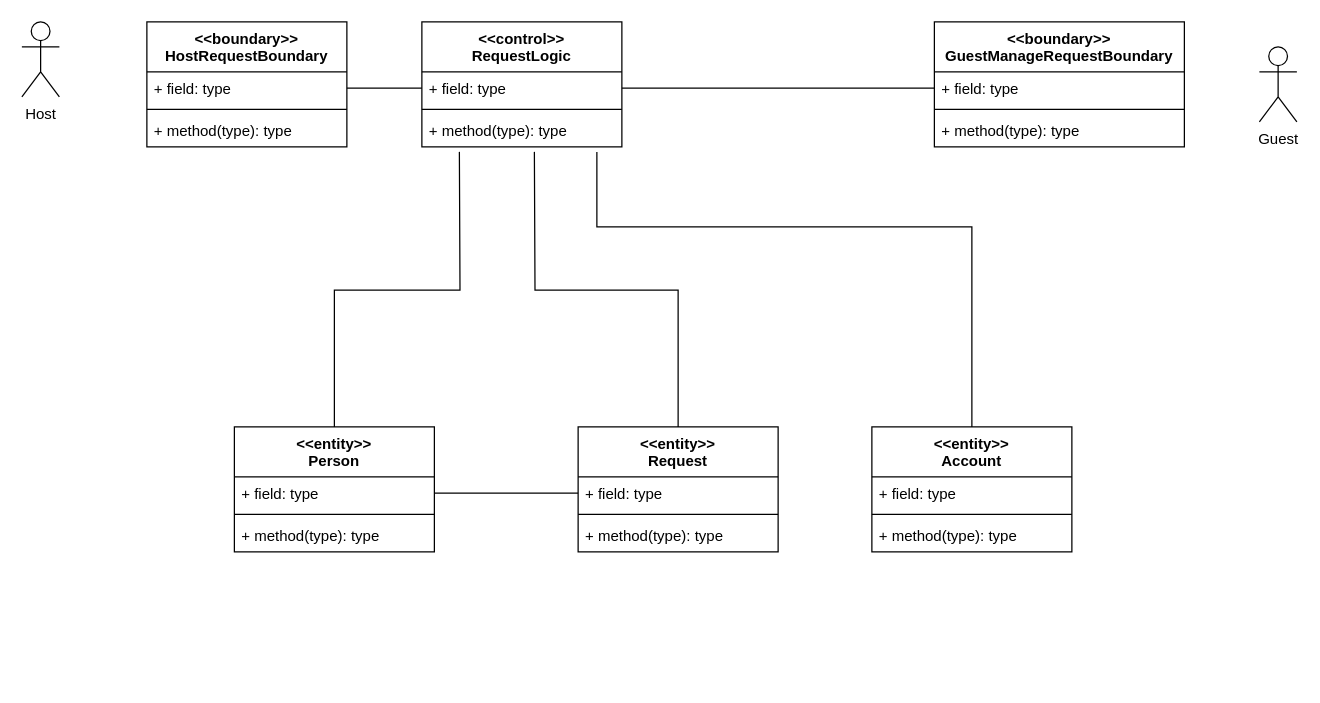
The draw.io diagram Docs/VoPC/VoPC ReplyRequest.drawio in nic-agos/DoveStudi, before the edit. Source tidied: cells renumbered, new cells numbered last; positions are measured from the earlier drawing's top-left corner, leaving out a move shared by most shapes. Both pictures are drawn from the tidied source at 125%, with x=0, y=0 at pixel (21, 21).
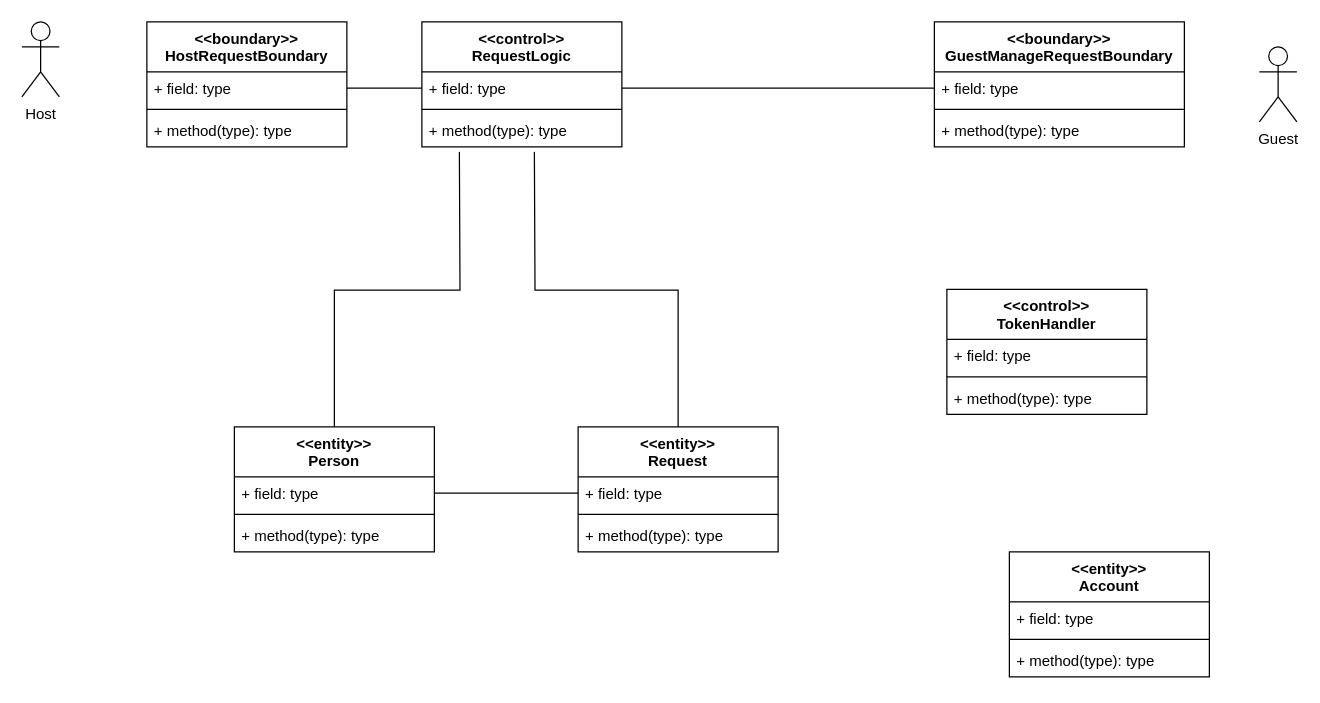
After the change.

Commit message:
added token handler

Diff of the diagram source:
```diff
@@
-    <mxCell id="16" style="edgeStyle=orthogonalEdgeStyle;rounded=0;jettySize=auto;html=1;exitX=0.5;exitY=0;exitDx=0;exitDy=0;endArrow=none;endFill=0;" parent="1" edge="1" source="17">
-      <mxGeometry relative="1" as="geometry">
-        <mxPoint x="460" y="104" as="targetPoint" />
-        <Array as="points">
-          <mxPoint x="760" y="164" />
-          <mxPoint x="460" y="164" />
-          <mxPoint x="460" y="104" />
-        </Array>
-      </mxGeometry>
-    </mxCell>
     <mxCell id="17" value="&lt;&lt;entity&gt;&gt;&#10;Account" style="swimlane;fontStyle=1;align=center;verticalAlign=top;horizontal=1;startSize=40;" parent="1" vertex="1">
-      <mxGeometry x="680" y="324" width="160" height="100" as="geometry" />
+      <mxGeometry x="790" y="424" width="160" height="100" as="geometry" />
     </mxCell>
@@
+    <mxCell id="34" value="&lt;&lt;control&gt;&gt;&#10;TokenHandler" style="swimlane;fontStyle=1;align=center;verticalAlign=top;horizontal=1;startSize=40;" parent="1" vertex="1">
+      <mxGeometry x="740" y="214" width="160" height="100" as="geometry" />
+    </mxCell>
+    <mxCell id="35" value="+ field: type" style="text;strokeColor=none;fillColor=none;align=left;verticalAlign=top;spacingLeft=4;spacingRight=4;overflow=hidden;" parent="34" vertex="1">
+      <mxGeometry y="40" width="160" height="26" as="geometry" />
+    </mxCell>
+    <mxCell id="36" style="line;strokeWidth=1;fillColor=none;align=left;verticalAlign=middle;spacingTop=-1;spacingLeft=3;spacingRight=3;labelPosition=right;" parent="34" vertex="1">
+      <mxGeometry y="66" width="160" height="8" as="geometry" />
+    </mxCell>
+    <mxCell id="37" value="+ method(type): type" style="text;strokeColor=none;fillColor=none;align=left;verticalAlign=top;spacingLeft=4;spacingRight=4;overflow=hidden;" parent="34" vertex="1">
+      <mxGeometry y="74" width="160" height="26" as="geometry" />
+    </mxCell>
```
